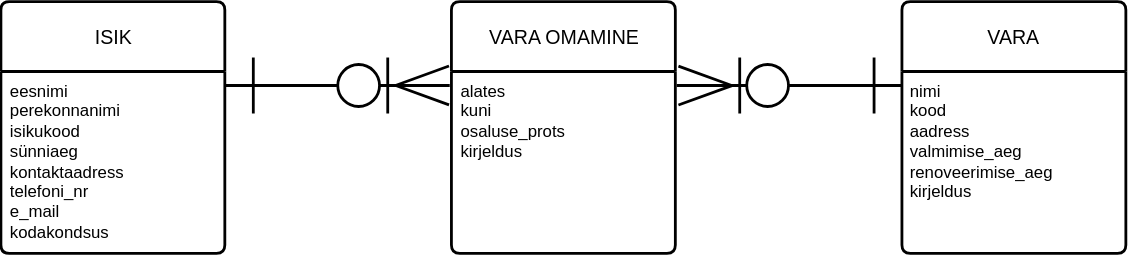
This is pildid/Olemi_andmeloogiline_näide.svg from Rihosepp-40B/TarkvaraArendusprotsess, a draw.io export, as it was before one commit. Source tidied: cells renumbered, new cells last; positions are measured from the earlier drawing's top-left corner, leaving out a move shared by most shapes.
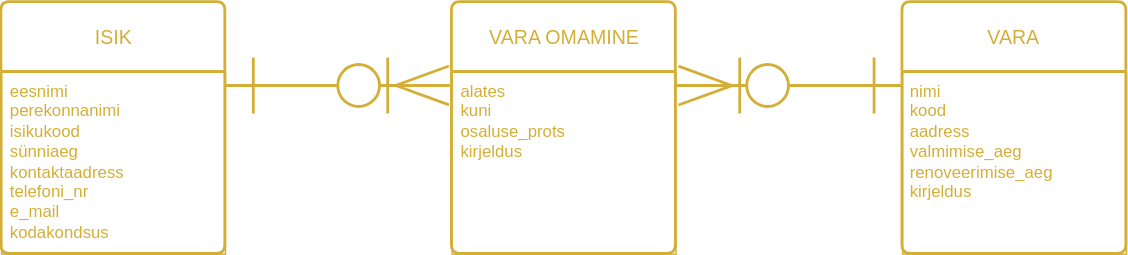
After the change.

Diff of the diagram source:
```diff
@@ -5,67 +5,67 @@
     <mxCell id="2" style="group;flipH=0;flipV=1;rotation=-180;" parent="1" vertex="1">
       <mxGeometry x="481.6" y="40" width="161.9" height="40" as="geometry" />
     </mxCell>
-    <mxCell id="3" style="line;strokeWidth=2;html=1;fontColor=light-dark(#000000,#D4AF37);strokeColor=light-dark(#000000,#D4AF37);rotation=-180;" parent="2" vertex="1">
+    <mxCell id="3" style="line;strokeWidth=2;html=1;fontColor=light-dark(#D4AF37,#D4AF37);strokeColor=light-dark(#D4AF37,#D4AF37);rotation=-180;" parent="2" vertex="1">
       <mxGeometry x="81" y="15" width="80.7" height="10" as="geometry" />
     </mxCell>
-    <mxCell id="4" style="line;strokeWidth=2;html=1;direction=south;fontColor=light-dark(#000000,#D4AF37);strokeColor=light-dark(#000000,#D4AF37);rotation=-180;" parent="2" vertex="1">
+    <mxCell id="4" style="line;strokeWidth=2;html=1;direction=south;fontColor=light-dark(#D4AF37,#D4AF37);strokeColor=light-dark(#D4AF37,#D4AF37);rotation=-180;" parent="2" vertex="1">
       <mxGeometry x="137" width="10" height="40" as="geometry" />
     </mxCell>
-    <mxCell id="5" style="line;strokeWidth=2;html=1;direction=south;fontColor=light-dark(#000000,#D4AF37);strokeColor=light-dark(#000000,#D4AF37);rotation=-180;" parent="2" vertex="1">
+    <mxCell id="5" style="line;strokeWidth=2;html=1;direction=south;fontColor=light-dark(#D4AF37,#D4AF37);strokeColor=light-dark(#D4AF37,#D4AF37);rotation=-180;" parent="2" vertex="1">
       <mxGeometry x="41" width="10" height="40" as="geometry" />
     </mxCell>
-    <mxCell id="6" style="verticalLabelPosition=bottom;verticalAlign=top;html=1;shape=mxgraph.flowchart.on-page_reference;fillColor=none;strokeWidth=2;fontColor=light-dark(#000000,#D4AF37);strokeColor=light-dark(#000000,#D4AF37);rotation=-180;" parent="2" vertex="1">
+    <mxCell id="6" style="verticalLabelPosition=bottom;verticalAlign=top;html=1;shape=mxgraph.flowchart.on-page_reference;fillColor=none;strokeWidth=2;fontColor=light-dark(#D4AF37,#D4AF37);strokeColor=light-dark(#D4AF37,#D4AF37);rotation=-180;" parent="2" vertex="1">
       <mxGeometry x="51" y="5" width="29.9" height="30" as="geometry" />
     </mxCell>
-    <mxCell id="7" style="line;strokeWidth=2;html=1;fontColor=light-dark(#000000,#D4AF37);strokeColor=light-dark(#000000,#D4AF37);rotation=-180;" parent="2" vertex="1">
+    <mxCell id="7" style="line;strokeWidth=2;html=1;fontColor=light-dark(#D4AF37,#D4AF37);strokeColor=light-dark(#D4AF37,#D4AF37);rotation=-180;" parent="2" vertex="1">
       <mxGeometry x="1" y="15" width="50" height="10" as="geometry" />
     </mxCell>
-    <mxCell id="8" style="line;strokeWidth=2;html=1;rotation=-200;fontColor=light-dark(#000000,#D4AF37);strokeColor=light-dark(#000000,#D4AF37);" parent="2" vertex="1">
+    <mxCell id="8" style="line;strokeWidth=2;html=1;rotation=-200;fontColor=light-dark(#D4AF37,#D4AF37);strokeColor=light-dark(#D4AF37,#D4AF37);" parent="2" vertex="1">
       <mxGeometry x="1" y="22" width="40.7" height="10" as="geometry" />
     </mxCell>
-    <mxCell id="9" style="line;strokeWidth=2;html=1;rotation=-160;fontColor=light-dark(#000000,#D4AF37);strokeColor=light-dark(#000000,#D4AF37);" parent="2" vertex="1">
+    <mxCell id="9" style="line;strokeWidth=2;html=1;rotation=-160;fontColor=light-dark(#D4AF37,#D4AF37);strokeColor=light-dark(#D4AF37,#D4AF37);" parent="2" vertex="1">
       <mxGeometry x="1" y="8" width="40" height="10" as="geometry" />
     </mxCell>
-    <mxCell id="10" value="ISIK" style="swimlane;horizontal=1;startSize=50;rounded=1;fontSize=14;fontStyle=0;strokeWidth=2;shadow=0;dashed=0;align=center;arcSize=4;whiteSpace=wrap;html=1;strokeColor=light-dark(#000000,#D4AF37);fontColor=light-dark(#000000,#D4AF37);fillColor=none;" parent="1" vertex="1">
+    <mxCell id="10" value="ISIK" style="swimlane;horizontal=1;startSize=50;rounded=1;fontSize=14;fontStyle=0;strokeWidth=2;shadow=0;dashed=0;align=center;arcSize=4;whiteSpace=wrap;html=1;strokeColor=light-dark(#D4AF37,#D4AF37);fontColor=light-dark(#D4AF37,#D4AF37);fillColor=none;" parent="1" vertex="1">
       <mxGeometry x="-0.3" width="160" height="180" as="geometry" />
     </mxCell>
-    <mxCell id="11" value="eesnimi&lt;div&gt;perekonnanimi&lt;/div&gt;&lt;div&gt;isikukood&lt;/div&gt;&lt;div&gt;sünniaeg&lt;/div&gt;&lt;div&gt;kontaktaadress&lt;/div&gt;&lt;div&gt;telefoni_nr&lt;/div&gt;&lt;div&gt;e_mail&lt;/div&gt;&lt;div&gt;kodakondsus&lt;/div&gt;" style="align=left;strokeColor=none;fillColor=none;spacingLeft=4;spacingRight=4;fontSize=12;verticalAlign=top;html=1;whiteSpace=wrap;fontColor=light-dark(#000000,#D4AF37);" parent="10" vertex="1">
+    <mxCell id="11" value="eesnimi&lt;div&gt;perekonnanimi&lt;/div&gt;&lt;div&gt;isikukood&lt;/div&gt;&lt;div&gt;sünniaeg&lt;/div&gt;&lt;div&gt;kontaktaadress&lt;/div&gt;&lt;div&gt;telefoni_nr&lt;/div&gt;&lt;div&gt;e_mail&lt;/div&gt;&lt;div&gt;kodakondsus&lt;/div&gt;" style="align=left;strokeColor=light-dark(#D4AF37,#D4AF37);fillColor=none;spacingLeft=4;spacingRight=4;fontSize=12;verticalAlign=top;html=1;whiteSpace=wrap;fontColor=light-dark(#D4AF37,#D4AF37);" parent="10" vertex="1">
       <mxGeometry y="50" width="160" height="130" as="geometry" />
     </mxCell>
-    <mxCell id="12" value="VARA OMAMINE" style="swimlane;horizontal=1;startSize=50;rounded=1;fontSize=14;fontStyle=0;strokeWidth=2;shadow=0;dashed=0;align=center;arcSize=4;whiteSpace=wrap;html=1;strokeColor=light-dark(#000000,#D4AF37);fontColor=light-dark(#000000,#D4AF37);fillColor=none;" parent="1" vertex="1">
+    <mxCell id="12" value="VARA OMAMINE" style="swimlane;horizontal=1;startSize=50;rounded=1;fontSize=14;fontStyle=0;strokeWidth=2;shadow=0;dashed=0;align=center;arcSize=4;whiteSpace=wrap;html=1;strokeColor=light-dark(#D4AF37,#D4AF37);fontColor=light-dark(#D4AF37,#D4AF37);fillColor=none;" parent="1" vertex="1">
       <mxGeometry x="321.6" width="160" height="180" as="geometry" />
     </mxCell>
-    <mxCell id="13" value="&lt;div&gt;alates&lt;/div&gt;&lt;div&gt;kuni&lt;/div&gt;&lt;div&gt;osaluse_prots&lt;/div&gt;&lt;div&gt;kirjeldus&lt;/div&gt;" style="align=left;strokeColor=none;fillColor=none;spacingLeft=4;spacingRight=4;fontSize=12;verticalAlign=top;html=1;whiteSpace=wrap;fontColor=light-dark(#000000,#D4AF37);" parent="12" vertex="1">
+    <mxCell id="13" value="&lt;div&gt;alates&lt;/div&gt;&lt;div&gt;kuni&lt;/div&gt;&lt;div&gt;osaluse_prots&lt;/div&gt;&lt;div&gt;kirjeldus&lt;/div&gt;" style="align=left;strokeColor=light-dark(#D4AF37,#D4AF37);fillColor=none;spacingLeft=4;spacingRight=4;fontSize=12;verticalAlign=top;html=1;whiteSpace=wrap;fontColor=light-dark(#D4AF37,#D4AF37);" parent="12" vertex="1">
       <mxGeometry y="50" width="160" height="130" as="geometry" />
     </mxCell>
-    <mxCell id="14" value="VARA" style="swimlane;horizontal=1;startSize=50;rounded=1;fontSize=14;fontStyle=0;strokeWidth=2;shadow=0;dashed=0;align=center;arcSize=4;whiteSpace=wrap;html=1;strokeColor=light-dark(#000000,#D4AF37);fontColor=light-dark(#000000,#D4AF37);fillColor=none;" parent="1" vertex="1">
+    <mxCell id="14" value="VARA" style="swimlane;horizontal=1;startSize=50;rounded=1;fontSize=14;fontStyle=0;strokeWidth=2;shadow=0;dashed=0;align=center;arcSize=4;whiteSpace=wrap;html=1;strokeColor=light-dark(#D4AF37,#D4AF37);fontColor=light-dark(#D4AF37,#D4AF37);fillColor=none;" parent="1" vertex="1">
       <mxGeometry x="643.5" width="160" height="180" as="geometry" />
     </mxCell>
-    <mxCell id="15" value="nimi&lt;div&gt;kood&lt;/div&gt;&lt;div&gt;aadress&lt;/div&gt;&lt;div&gt;valmimise_aeg&lt;/div&gt;&lt;div&gt;renoveerimise_aeg&lt;/div&gt;&lt;div&gt;kirjeldus&lt;/div&gt;" style="align=left;strokeColor=none;fillColor=none;spacingLeft=4;spacingRight=4;fontSize=12;verticalAlign=top;html=1;whiteSpace=wrap;fontColor=light-dark(#000000,#D4AF37);" parent="14" vertex="1">
+    <mxCell id="15" value="nimi&lt;div&gt;kood&lt;/div&gt;&lt;div&gt;aadress&lt;/div&gt;&lt;div&gt;valmimise_aeg&lt;/div&gt;&lt;div&gt;renoveerimise_aeg&lt;/div&gt;&lt;div&gt;kirjeldus&lt;/div&gt;" style="align=left;strokeColor=light-dark(#D4AF37,#D4AF37);fillColor=none;spacingLeft=4;spacingRight=4;fontSize=12;verticalAlign=top;html=1;whiteSpace=wrap;fontColor=light-dark(#D4AF37,#D4AF37);" parent="14" vertex="1">
       <mxGeometry y="50" width="160" height="130" as="geometry" />
     </mxCell>
     <mxCell id="16" style="group;" parent="1" vertex="1">
       <mxGeometry x="159.7" y="40" width="161.9" height="40" as="geometry" />
     </mxCell>
-    <mxCell id="17" style="line;strokeWidth=2;html=1;fontColor=light-dark(#000000,#D4AF37);strokeColor=light-dark(#000000,#D4AF37);" parent="16" vertex="1">
+    <mxCell id="17" style="line;strokeWidth=2;html=1;fontColor=light-dark(#D4AF37,#D4AF37);strokeColor=light-dark(#D4AF37,#D4AF37);" parent="16" vertex="1">
       <mxGeometry y="15" width="80.7" height="10" as="geometry" />
     </mxCell>
-    <mxCell id="18" style="line;strokeWidth=2;html=1;direction=south;fontColor=light-dark(#000000,#D4AF37);strokeColor=light-dark(#000000,#D4AF37);" parent="16" vertex="1">
+    <mxCell id="18" style="line;strokeWidth=2;html=1;direction=south;fontColor=light-dark(#D4AF37,#D4AF37);strokeColor=light-dark(#D4AF37,#D4AF37);" parent="16" vertex="1">
       <mxGeometry x="15.4" width="10" height="40" as="geometry" />
     </mxCell>
-    <mxCell id="19" style="line;strokeWidth=2;html=1;direction=south;fontColor=light-dark(#000000,#D4AF37);strokeColor=light-dark(#000000,#D4AF37);" parent="16" vertex="1">
+    <mxCell id="19" style="line;strokeWidth=2;html=1;direction=south;fontColor=light-dark(#D4AF37,#D4AF37);strokeColor=light-dark(#D4AF37,#D4AF37);" parent="16" vertex="1">
       <mxGeometry x="111.4" width="10" height="40" as="geometry" />
     </mxCell>
-    <mxCell id="20" style="verticalLabelPosition=bottom;verticalAlign=top;html=1;shape=mxgraph.flowchart.on-page_reference;fillColor=none;strokeWidth=2;fontColor=light-dark(#000000,#D4AF37);strokeColor=light-dark(#000000,#D4AF37);" parent="16" vertex="1">
+    <mxCell id="20" style="verticalLabelPosition=bottom;verticalAlign=top;html=1;shape=mxgraph.flowchart.on-page_reference;fillColor=none;strokeWidth=2;fontColor=light-dark(#D4AF37,#D4AF37);strokeColor=light-dark(#D4AF37,#D4AF37);" parent="16" vertex="1">
       <mxGeometry x="80.7" y="5" width="29.9" height="30" as="geometry" />
     </mxCell>
-    <mxCell id="21" style="line;strokeWidth=2;html=1;fontColor=light-dark(#000000,#D4AF37);strokeColor=light-dark(#000000,#D4AF37);" parent="16" vertex="1">
+    <mxCell id="21" style="line;strokeWidth=2;html=1;fontColor=light-dark(#D4AF37,#D4AF37);strokeColor=light-dark(#D4AF37,#D4AF37);" parent="16" vertex="1">
       <mxGeometry x="110.7" y="15" width="50" height="10" as="geometry" />
     </mxCell>
-    <mxCell id="22" style="line;strokeWidth=2;html=1;rotation=-20;fontColor=light-dark(#000000,#D4AF37);strokeColor=light-dark(#000000,#D4AF37);" parent="16" vertex="1">
+    <mxCell id="22" style="line;strokeWidth=2;html=1;rotation=-20;fontColor=light-dark(#D4AF37,#D4AF37);strokeColor=light-dark(#D4AF37,#D4AF37);" parent="16" vertex="1">
       <mxGeometry x="120.7" y="8" width="40.7" height="10" as="geometry" />
     </mxCell>
-    <mxCell id="23" style="line;strokeWidth=2;html=1;rotation=20;fontColor=light-dark(#000000,#D4AF37);strokeColor=light-dark(#000000,#D4AF37);" parent="16" vertex="1">
+    <mxCell id="23" style="line;strokeWidth=2;html=1;rotation=20;fontColor=light-dark(#D4AF37,#D4AF37);strokeColor=light-dark(#D4AF37,#D4AF37);" parent="16" vertex="1">
       <mxGeometry x="121.4" y="22" width="40" height="10" as="geometry" />
     </mxCell>
   </root>
```
